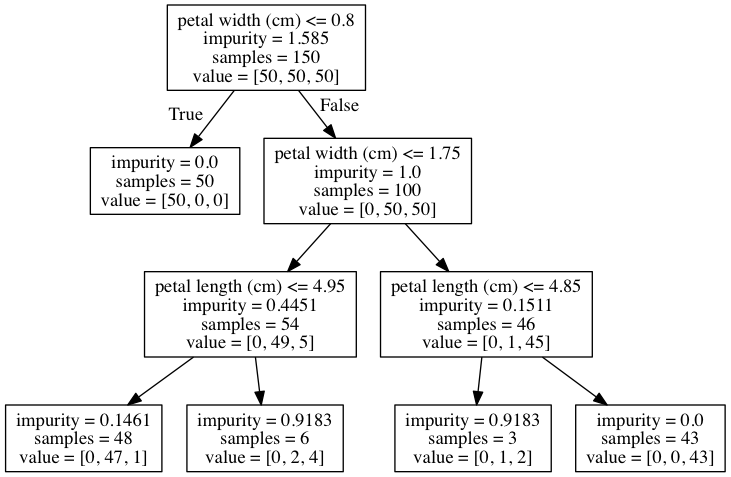
Before: Machine-Learning/tree_d3.png, a diagram exported from Graphviz (yangl57/Python). Its source is kept beside it as Machine-Learning/tree_d3.dot.
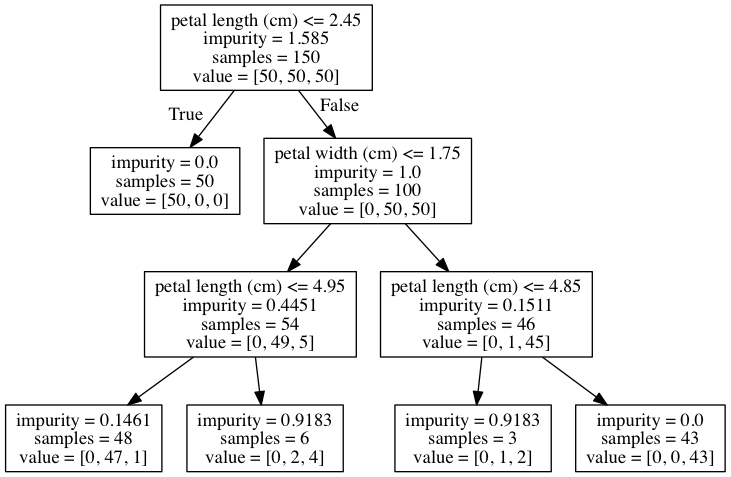
After the commit.

The edit, as a diff of the source:
```diff
@@ -1,6 +1,6 @@
 digraph Tree {
 node [shape=box] ;
-0 [label="petal width (cm) <= 0.8\nimpurity = 1.585\nsamples = 150\nvalue = [50, 50, 50]"] ;
+0 [label="petal length (cm) <= 2.45\nimpurity = 1.585\nsamples = 150\nvalue = [50, 50, 50]"] ;
 1 [label="impurity = 0.0\nsamples = 50\nvalue = [50, 0, 0]"] ;
 0 -> 1 [labeldistance=2.5, labelangle=45, headlabel="True"] ;
 2 [label="petal width (cm) <= 1.75\nimpurity = 1.0\nsamples = 100\nvalue = [0, 50, 50]"] ;
```
